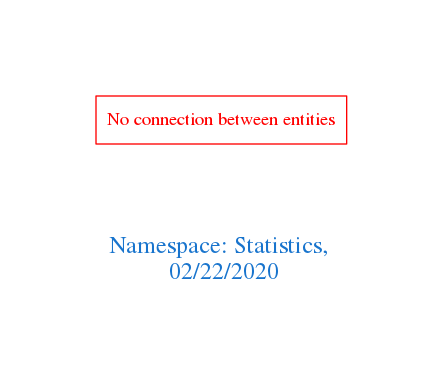
arago/OGIT keeps this Graphviz diagram as downloads/Statistics.png. Above is the earlier version. Its source is kept beside it as downloads/Statistics.dot.
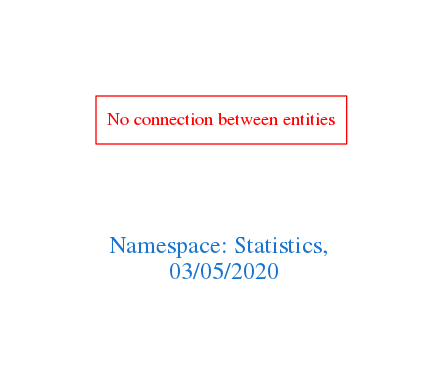
After the commit.

Change to the diagram source:
```diff
@@ -1,7 +1,7 @@
 digraph OGIT_ontology {
  graph [ rankdir= LR,pad=1
 fontsize = 18,
-fontcolor= dodgerblue3,label = "\n\n\nNamespace: Statistics, \n 02/22/2020"];
+fontcolor= dodgerblue3,label = "\n\n\nNamespace: Statistics, \n 03/05/2020"];
 node[shape=polygon];
 edge [  color="gray81"];
 
```
